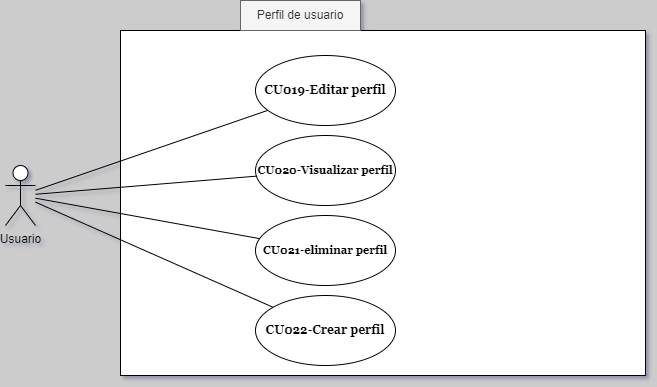
This is DiagraCasosDeUso/PerfilDeUsuario.png from CH3MOO/SpecialityX, a draw.io export, as it was before one commit. Source tidied: cells renumbered, new cells last; positions are measured from the earlier drawing's top-left corner, leaving out a move shared by most shapes. Its diagram source:
```xml
<mxGraphModel background="#CCCCCC" shadow="1">
  <root>
    <mxCell id="0" />
    <mxCell id="1" parent="0" />
    <mxCell id="2" style="rounded=0;whiteSpace=wrap;html=1;" parent="1" vertex="1">
      <mxGeometry x="115" y="30" width="525" height="345" as="geometry" />
    </mxCell>
    <mxCell id="3" value="Usuario" style="shape=umlActor;verticalLabelPosition=bottom;verticalAlign=top;html=1;" parent="1" vertex="1">
      <mxGeometry y="165" width="30" height="60" as="geometry" />
    </mxCell>
    <mxCell id="4" value="CU022-Crear perfil" style="ellipse;whiteSpace=wrap;html=1;fontFamily=Georgia;fontStyle=1;" parent="1" vertex="1">
      <mxGeometry x="250" y="295" width="140" height="70" as="geometry" />
    </mxCell>
    <mxCell id="5" value="CU019-Editar perfil" style="ellipse;whiteSpace=wrap;html=1;fontFamily=Georgia;fontStyle=1;" parent="1" vertex="1">
      <mxGeometry x="250" y="55" width="140" height="70" as="geometry" />
    </mxCell>
    <mxCell id="6" value="CU021-eliminar perfil" style="ellipse;whiteSpace=wrap;html=1;fontFamily=Georgia;fontStyle=1;fontSize=11;" parent="1" vertex="1">
      <mxGeometry x="250" y="215" width="140" height="70" as="geometry" />
    </mxCell>
    <mxCell id="7" style="endArrow=none;html=1;rounded=0;" parent="1" edge="1" source="3" target="4">
      <mxGeometry relative="1" as="geometry" />
    </mxCell>
    <mxCell id="8" value="CU020-Visualizar perfil" style="ellipse;whiteSpace=wrap;html=1;fontFamily=Georgia;fontStyle=1;fontSize=11;" parent="1" vertex="1">
      <mxGeometry x="250" y="135" width="140" height="70" as="geometry" />
    </mxCell>
    <mxCell id="9" style="endArrow=none;html=1;rounded=0;" parent="1" edge="1" source="3" target="5">
      <mxGeometry relative="1" as="geometry" />
    </mxCell>
    <mxCell id="10" style="endArrow=none;html=1;rounded=0;" parent="1" edge="1" source="3" target="6">
      <mxGeometry relative="1" as="geometry" />
    </mxCell>
    <mxCell id="11" style="endArrow=none;html=1;rounded=0;" parent="1" edge="1" source="3" target="8">
      <mxGeometry relative="1" as="geometry" />
    </mxCell>
    <mxCell id="12" value="Perfil de usuario" style="text;html=1;align=center;verticalAlign=middle;whiteSpace=wrap;rounded=0;fillColor=#f5f5f5;strokeColor=#666666;fontColor=#333333;" parent="1" vertex="1">
      <mxGeometry x="235" width="120" height="30" as="geometry" />
    </mxCell>
  </root>
</mxGraphModel>
```
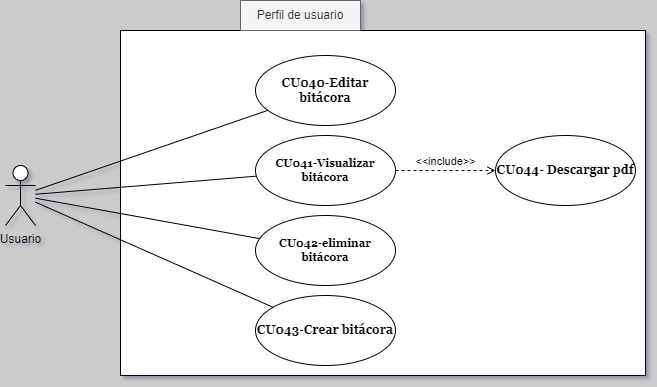
The same file after the commit.

Diff of the diagram source:
```diff
@@ -8,19 +8,19 @@
     <mxCell id="3" value="Usuario" style="shape=umlActor;verticalLabelPosition=bottom;verticalAlign=top;html=1;" parent="1" vertex="1">
       <mxGeometry y="165" width="30" height="60" as="geometry" />
     </mxCell>
-    <mxCell id="4" value="CU022-Crear perfil" style="ellipse;whiteSpace=wrap;html=1;fontFamily=Georgia;fontStyle=1;" parent="1" vertex="1">
+    <mxCell id="4" value="CU043-Crear bitácora" style="ellipse;whiteSpace=wrap;html=1;fontFamily=Georgia;fontStyle=1;" parent="1" vertex="1">
       <mxGeometry x="250" y="295" width="140" height="70" as="geometry" />
     </mxCell>
-    <mxCell id="5" value="CU019-Editar perfil" style="ellipse;whiteSpace=wrap;html=1;fontFamily=Georgia;fontStyle=1;" parent="1" vertex="1">
+    <mxCell id="5" value="CU040-Editar bitácora" style="ellipse;whiteSpace=wrap;html=1;fontFamily=Georgia;fontStyle=1;" parent="1" vertex="1">
       <mxGeometry x="250" y="55" width="140" height="70" as="geometry" />
     </mxCell>
-    <mxCell id="6" value="CU021-eliminar perfil" style="ellipse;whiteSpace=wrap;html=1;fontFamily=Georgia;fontStyle=1;fontSize=11;" parent="1" vertex="1">
+    <mxCell id="6" value="CU042-eliminar bitácora" style="ellipse;whiteSpace=wrap;html=1;fontFamily=Georgia;fontStyle=1;fontSize=11;" parent="1" vertex="1">
       <mxGeometry x="250" y="215" width="140" height="70" as="geometry" />
     </mxCell>
     <mxCell id="7" style="endArrow=none;html=1;rounded=0;" parent="1" edge="1" source="3" target="4">
       <mxGeometry relative="1" as="geometry" />
     </mxCell>
-    <mxCell id="8" value="CU020-Visualizar perfil" style="ellipse;whiteSpace=wrap;html=1;fontFamily=Georgia;fontStyle=1;fontSize=11;" parent="1" vertex="1">
+    <mxCell id="8" value="CU041-Visualizar bitácora" style="ellipse;whiteSpace=wrap;html=1;fontFamily=Georgia;fontStyle=1;fontSize=11;" parent="1" vertex="1">
       <mxGeometry x="250" y="135" width="140" height="70" as="geometry" />
     </mxCell>
     <mxCell id="9" style="endArrow=none;html=1;rounded=0;" parent="1" edge="1" source="3" target="5">
@@ -35,5 +35,11 @@
     <mxCell id="12" value="Perfil de usuario" style="text;html=1;align=center;verticalAlign=middle;whiteSpace=wrap;rounded=0;fillColor=#f5f5f5;strokeColor=#666666;fontColor=#333333;" parent="1" vertex="1">
       <mxGeometry x="235" width="120" height="30" as="geometry" />
     </mxCell>
+    <mxCell id="13" value="&amp;lt;&amp;lt;include&amp;gt;&amp;gt;" style="html=1;verticalAlign=bottom;labelBackgroundColor=none;endArrow=open;endFill=0;dashed=1;rounded=0;" parent="1" edge="1" source="8" target="14">
+      <mxGeometry relative="1" as="geometry" />
+    </mxCell>
+    <mxCell id="14" value="CU044- Descargar pdf" style="ellipse;whiteSpace=wrap;html=1;fontFamily=Georgia;fontStyle=1;" parent="1" vertex="1">
+      <mxGeometry x="490" y="135" width="140" height="70" as="geometry" />
+    </mxCell>
   </root>
 </mxGraphModel>
```
